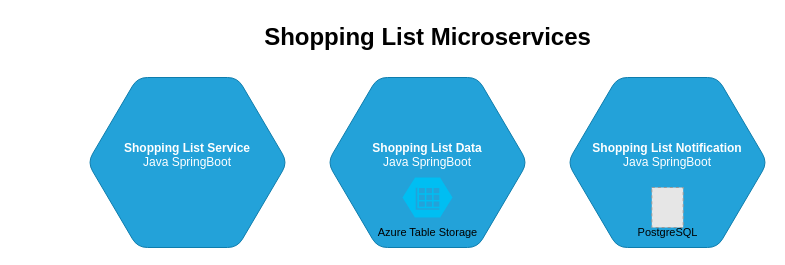
Earlier version of the draw.io diagram graphs/shopping-list-service-details.drawio (d-figuccia/draw-io). Source tidied: cells renumbered, new cells numbered last; positions are measured from the earlier drawing's top-left corner, leaving out a move shared by most shapes. Both pictures are drawn from the tidied source at 100%, with x=0, y=0 at pixel (87, 17). Pictures stored in the file or linked from it are replaced by grey dashed boxes.
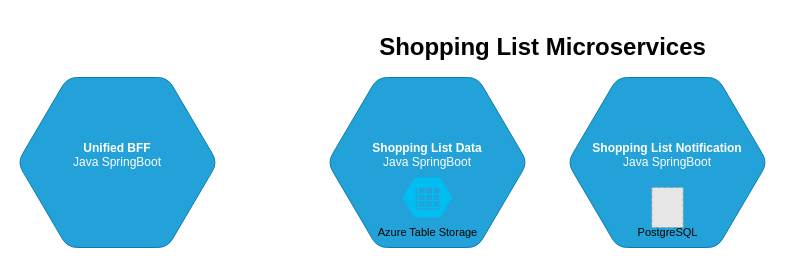
Above is the later version.

The edit, as a diff of the source:
```diff
@@
 <mxGraphModel>
   <root>
     <mxCell id="0" />
     <mxCell id="1" parent="0" />
-    <object id="2" label="&lt;font style=&quot;font-size: 12px&quot;&gt;&lt;b&gt;%c4Name%&lt;/b&gt;&lt;/font&gt;&lt;div&gt;%c4Technology%&lt;/div&gt;&lt;br&gt;&lt;div&gt;&lt;font style=&quot;font-size: 8px&quot;&gt;&lt;font color=&quot;#E6E6E6&quot;&gt;%c4Description%&lt;/font&gt;&lt;/div&gt;" c4Description="" c4Name="Shopping List Service" c4Technology="Java SpringBoot" placeholders="1">
+    <object id="2" label="&lt;font style=&quot;font-size: 12px&quot;&gt;&lt;b&gt;%c4Name%&lt;/b&gt;&lt;/font&gt;&lt;div&gt;%c4Technology%&lt;/div&gt;&lt;br&gt;&lt;div&gt;&lt;font style=&quot;font-size: 8px&quot;&gt;&lt;font color=&quot;#E6E6E6&quot;&gt;%c4Description%&lt;/font&gt;&lt;/div&gt;" c4Description="" c4Name="Unified BFF" c4Technology="Java SpringBoot" placeholders="1">
       <mxCell style="shape=hexagon;size=50;perimeter=hexagonPerimeter2;whiteSpace=wrap;html=1;fixedSize=1;rounded=1;labelBackgroundColor=none;fillColor=#23A2D9;fontSize=12;fontColor=#ffffff;align=center;strokeColor=#0E7DAD;" parent="1" vertex="1">
-        <mxGeometry y="60" width="200" height="170" as="geometry" />
+        <mxGeometry x="-70" y="60" width="200" height="170" as="geometry" />
       </mxCell>
     </object>
     <object id="3" label="&lt;font style=&quot;font-size: 12px&quot;&gt;&lt;b&gt;%c4Name%&lt;/b&gt;&lt;/font&gt;&lt;div&gt;%c4Technology%&lt;/div&gt;&lt;br&gt;&lt;div&gt;&lt;font style=&quot;font-size: 8px&quot;&gt;&lt;font color=&quot;#E6E6E6&quot;&gt;%c4Description%&lt;/font&gt;&lt;/div&gt;" c4Description="" c4Name="Shopping List Data" c4Technology="Java SpringBoot" placeholders="1">
       <mxCell style="shape=hexagon;size=50;perimeter=hexagonPerimeter2;whiteSpace=wrap;html=1;fixedSize=1;rounded=1;labelBackgroundColor=none;fillColor=#23A2D9;fontSize=12;fontColor=#ffffff;align=center;strokeColor=#0E7DAD;" parent="1" vertex="1">
         <mxGeometry x="240" y="60" width="200" height="170" as="geometry" />
       </mxCell>
     </object>
     <mxCell id="4" style="verticalLabelPosition=bottom;html=1;verticalAlign=top;align=center;strokeColor=none;fillColor=#00BEF2;shape=mxgraph.azure.storage_table;" parent="1" vertex="1">
       <mxGeometry x="315" y="160" width="50" height="40" as="geometry" />
     </mxCell>
     <mxCell id="5" value="&lt;font style=&quot;font-size: 11px;&quot;&gt;Azure Table Storage&lt;/font&gt;" style="text;html=1;align=center;verticalAlign=middle;strokeColor=none;fillColor=none;" parent="1" vertex="1">
       <mxGeometry x="280" y="200" width="120" height="30" as="geometry" />
     </mxCell>
     <object id="6" label="&lt;font style=&quot;font-size: 12px&quot;&gt;&lt;b&gt;%c4Name%&lt;/b&gt;&lt;/font&gt;&lt;div&gt;%c4Technology%&lt;/div&gt;&lt;br&gt;&lt;div&gt;&lt;font style=&quot;font-size: 8px&quot;&gt;&lt;font color=&quot;#E6E6E6&quot;&gt;%c4Description%&lt;/font&gt;&lt;/div&gt;" c4Description="" c4Name="Shopping List Notification" c4Technology="Java SpringBoot" placeholders="1">
       <mxCell style="shape=hexagon;size=50;perimeter=hexagonPerimeter2;whiteSpace=wrap;html=1;fixedSize=1;rounded=1;labelBackgroundColor=none;fillColor=#23A2D9;fontSize=12;fontColor=#ffffff;align=center;strokeColor=#0E7DAD;" parent="1" vertex="1">
         <mxGeometry x="480" y="60" width="200" height="170" as="geometry" />
       </mxCell>
     </object>
     <mxCell id="7" style="fillColor=#E6E6E6;strokeColor=#999999;dashed=1;verticalLabelPosition=bottom;labelBackgroundColor=#ffffff;verticalAlign=top;" parent="1" vertex="1">
       <mxGeometry x="564.3" y="170" width="31.4" height="40" as="geometry" />
     </mxCell>
     <mxCell id="8" value="&lt;span style=&quot;font-size: 11px;&quot;&gt;PostgreSQL&lt;/span&gt;" style="text;html=1;align=center;verticalAlign=middle;strokeColor=none;fillColor=none;" parent="1" vertex="1">
       <mxGeometry x="540" y="200" width="80" height="30" as="geometry" />
     </mxCell>
     <mxCell id="9" value="&lt;font style=&quot;font-size: 24px;&quot;&gt;&lt;b&gt;Shopping List Microservices&lt;/b&gt;&lt;/font&gt;" style="text;html=1;align=center;verticalAlign=middle;strokeColor=none;fillColor=none;" parent="1" vertex="1">
-      <mxGeometry x="165" width="350" height="40" as="geometry" />
+      <mxGeometry x="280" y="10" width="350" height="40" as="geometry" />
     </mxCell>
   </root>
 </mxGraphModel>
```
